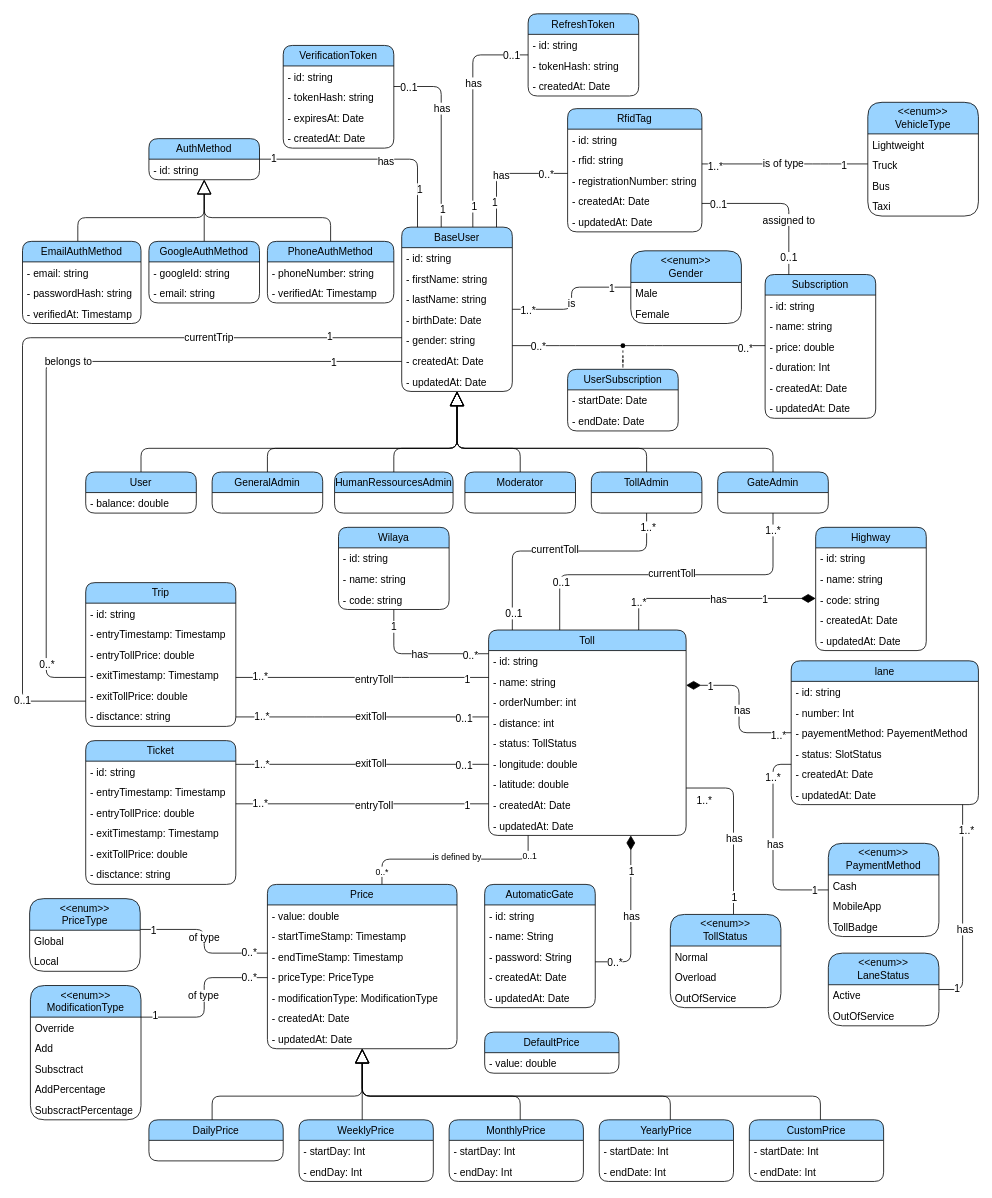
Before: diagrams/class-diagram.drawio in devlotfi/peage-pay, a draw.io diagram. Source tidied: cells renumbered, new cells numbered last; positions are measured from the earlier drawing's top-left corner, leaving out a move shared by most shapes. Both pictures are drawn from the tidied source at 79%, with x=0, y=0 at pixel (22, 13).
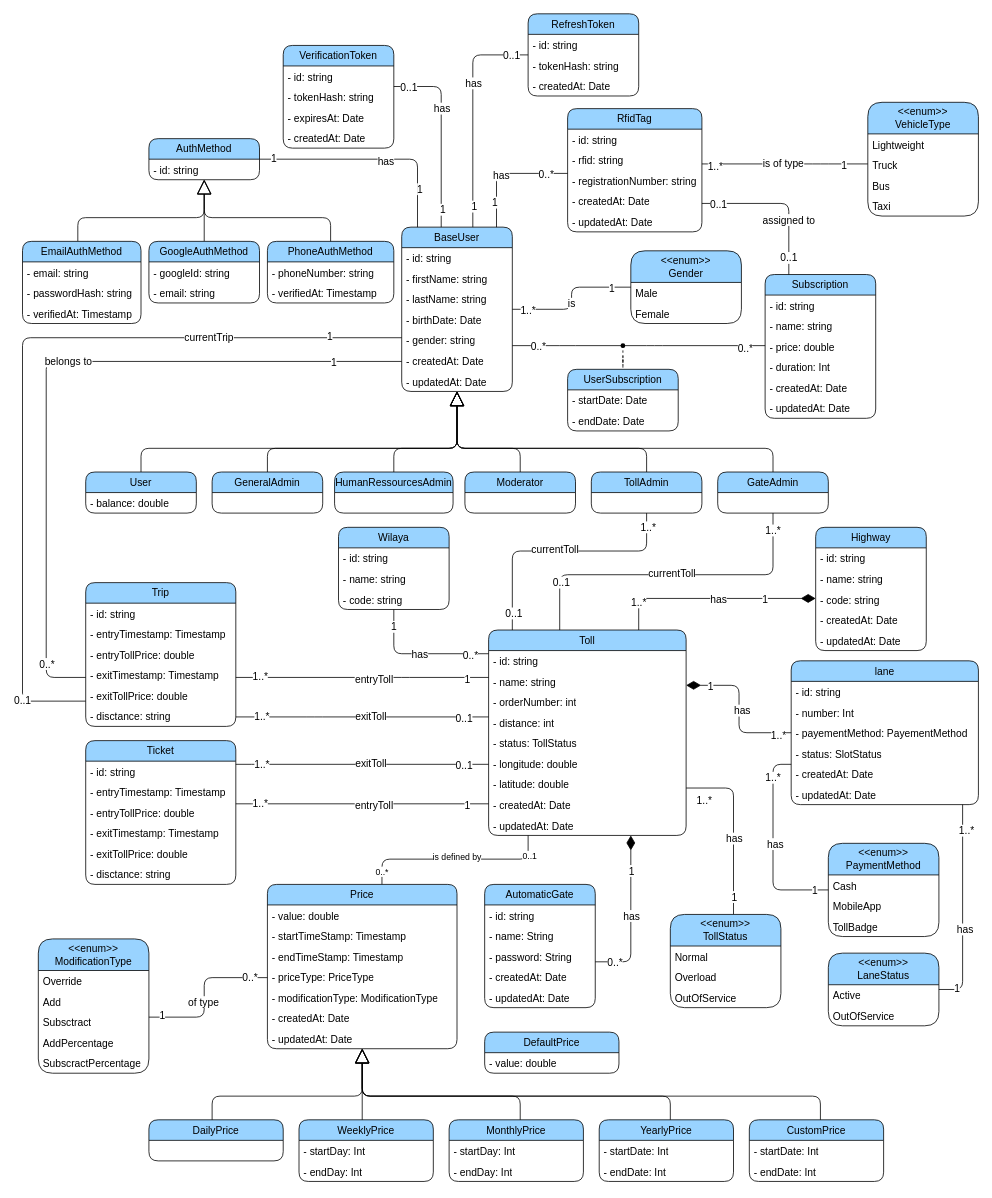
After the change.

Unchanged cells that the change refers to:
```xml
<mxCell id="245" style="edgeStyle=orthogonalEdgeStyle;rounded=1;jettySize=auto;html=1;strokeColor=default;align=center;verticalAlign=middle;fontFamily=Helvetica;fontSize=13;fontColor=default;labelBackgroundColor=default;endArrow=none;endFill=0;endSize=16;" parent="1" edge="1" source="249" target="232">
  <mxGeometry relative="1" as="geometry">
    <Array as="points">
      <mxPoint x="230" y="1270" />
      <mxPoint x="230" y="1220" />
    </Array>
  </mxGeometry>
</mxCell>
```

The edit, as a diff of the source:
```diff
@@
-    <mxCell id="221" style="edgeStyle=orthogonalEdgeStyle;rounded=1;orthogonalLoop=1;jettySize=auto;html=1;strokeColor=default;align=center;verticalAlign=middle;fontFamily=Helvetica;fontSize=13;fontColor=default;labelBackgroundColor=default;endArrow=none;endFill=0;endSize=16;" parent="1" edge="1">
-      <mxGeometry relative="1" as="geometry">
-        <mxPoint x="149" y="1159" as="sourcePoint" />
-        <mxPoint x="310" y="1189" as="targetPoint" />
-        <Array as="points">
-          <mxPoint x="230" y="1159" />
-          <mxPoint x="230" y="1189" />
-        </Array>
-      </mxGeometry>
-    </mxCell>
-    <mxCell id="222" value="of type" style="edgeLabel;html=1;align=center;verticalAlign=middle;fontFamily=Helvetica;fontSize=13;fontColor=default;labelBackgroundColor=default;" parent="221" vertex="1">
-      <mxGeometry x="-0.06" y="-1" relative="1" as="geometry" />
-    </mxCell>
-    <mxCell id="223" value="1" style="edgeLabel;html=1;align=center;verticalAlign=middle;fontFamily=Helvetica;fontSize=13;fontColor=default;labelBackgroundColor=default;" parent="221" vertex="1">
-      <mxGeometry x="-0.83" relative="1" as="geometry" />
-    </mxCell>
-    <mxCell id="224" value="0..*" style="edgeLabel;html=1;align=center;verticalAlign=middle;fontFamily=Helvetica;fontSize=13;fontColor=default;labelBackgroundColor=default;" parent="221" vertex="1">
-      <mxGeometry x="0.75" y="2" relative="1" as="geometry" />
-    </mxCell>
-    <mxCell id="225" value="&amp;lt;&amp;lt;enum&amp;gt;&amp;gt;&lt;br style=&quot;font-size: 13px;&quot;&gt;PriceType" style="swimlane;fontStyle=0;horizontal=1;startSize=40;fillColor=#99D3FF;whiteSpace=wrap;html=1;fontFamily=Helvetica;fontSize=13;fontColor=default;fillStyle=auto;rounded=1;glass=0;shadow=0;swimlaneFillColor=none;gradientColor=none;" parent="1" vertex="1">
-      <mxGeometry x="9" y="1120" width="140" height="92" as="geometry" />
-    </mxCell>
-    <mxCell id="226" value="Global" style="text;strokeColor=none;fillColor=none;align=left;verticalAlign=top;spacingLeft=4;spacingRight=4;overflow=hidden;whiteSpace=wrap;html=1;fontSize=13;fontFamily=Helvetica;fontColor=default;" parent="225" vertex="1">
-      <mxGeometry y="40" width="140" height="26" as="geometry" />
-    </mxCell>
-    <mxCell id="227" value="Local" style="text;strokeColor=none;fillColor=none;align=left;verticalAlign=top;spacingLeft=4;spacingRight=4;overflow=hidden;whiteSpace=wrap;html=1;fontSize=13;fontFamily=Helvetica;fontColor=default;" parent="225" vertex="1">
-      <mxGeometry y="66" width="140" height="26" as="geometry" />
-    </mxCell>
@@
     <mxCell id="246" value="of type" style="edgeLabel;html=1;align=center;verticalAlign=middle;fontFamily=Helvetica;fontSize=13;fontColor=default;labelBackgroundColor=default;" parent="245" vertex="1">
-      <mxGeometry x="0.03" y="2" relative="1" as="geometry" />
+      <mxGeometry x="0.03" y="2" relative="1" as="geometry">
+        <mxPoint y="13" as="offset" />
+      </mxGeometry>
     </mxCell>
@@
     <mxCell id="249" value="&amp;lt;&amp;lt;enum&amp;gt;&amp;gt;&lt;br style=&quot;font-size: 13px;&quot;&gt;ModificationType" style="swimlane;fontStyle=0;horizontal=1;startSize=40;fillColor=#99D3FF;whiteSpace=wrap;html=1;fontFamily=Helvetica;fontSize=13;fontColor=default;fillStyle=auto;rounded=1;glass=0;shadow=0;swimlaneFillColor=none;gradientColor=none;" parent="1" vertex="1">
-      <mxGeometry x="10" y="1230" width="140" height="170" as="geometry" />
+      <mxGeometry x="20" y="1171" width="140" height="170" as="geometry" />
     </mxCell>
```
